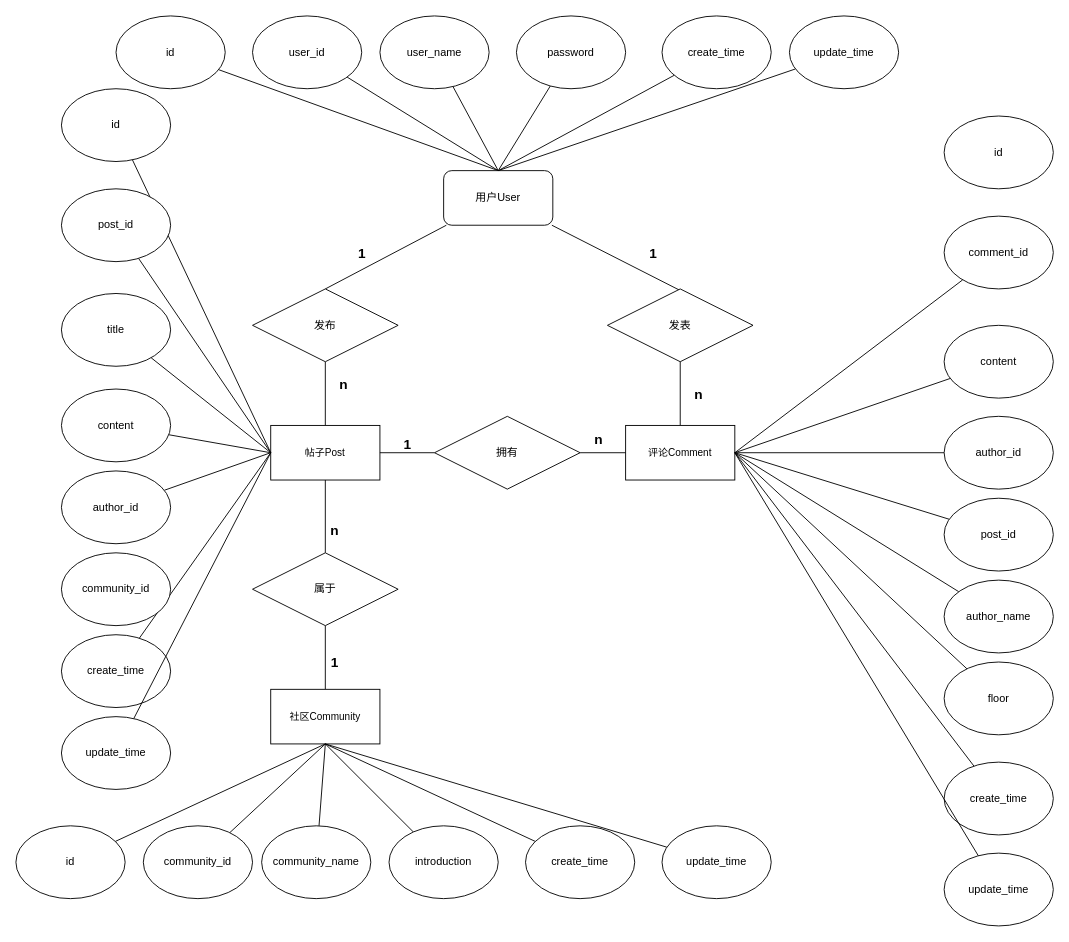
Before: 论坛E-R图.drawio in ziluo-qiuping/SE2022, a draw.io diagram. Source tidied: cells renumbered, new cells numbered last; positions are measured from the earlier drawing's top-left corner, leaving out a move shared by most shapes. Both pictures are drawn from the tidied source at 91%, with x=0, y=0 at pixel (15, 15).
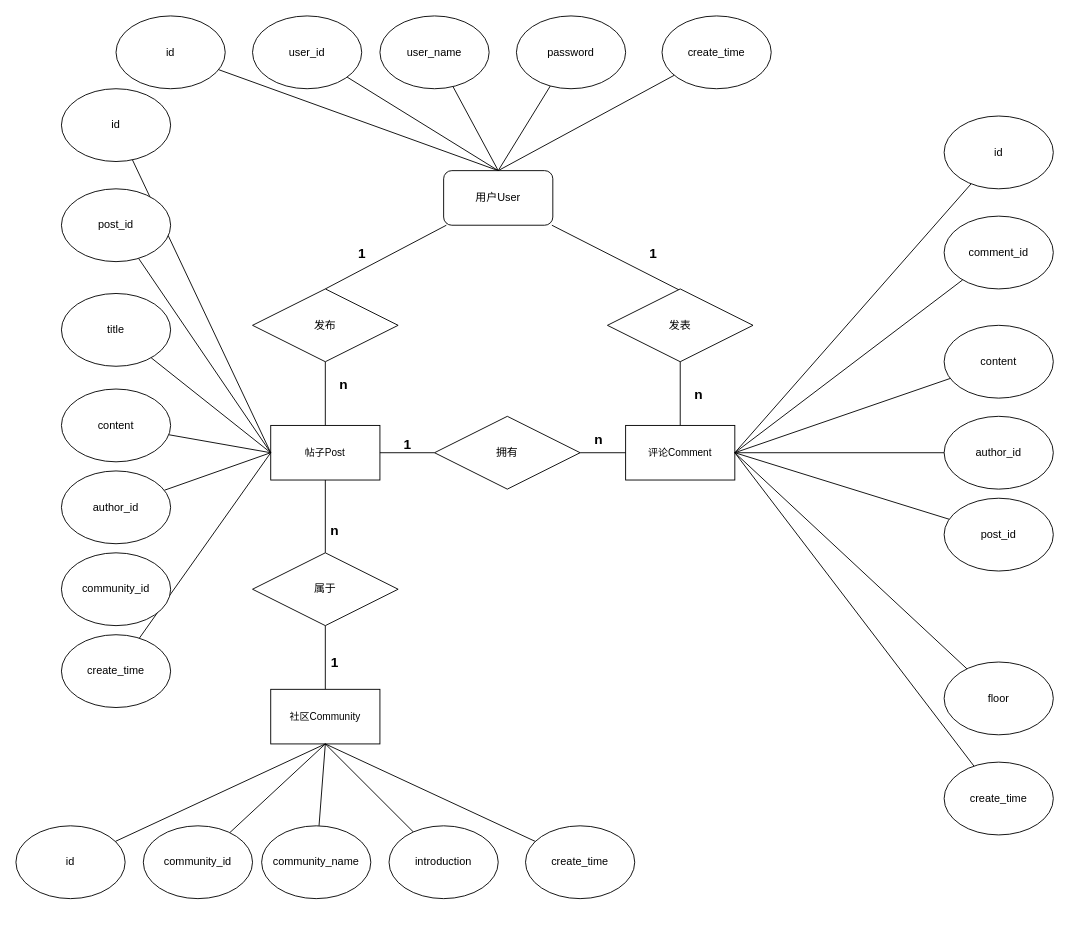
After the change.

Commit message:
更新论坛E-R图.drawio

The change refers to these unchanged cells:
```xml
<mxCell id="10" value="用户User" style="rounded=1;whiteSpace=wrap;html=1;" parent="1" vertex="1">
  <mxGeometry x="470" y="170" width="120" height="60" as="geometry" />
</mxCell>
<mxCell id="19" value="帖子Post" style="rounded=0;whiteSpace=wrap;html=1;fontFamily=Helvetica;fontSize=11;fontColor=default;" parent="1" vertex="1">
  <mxGeometry x="280" y="450" width="120" height="60" as="geometry" />
</mxCell>
<mxCell id="24" value="评论Comment" style="rounded=0;whiteSpace=wrap;html=1;fontFamily=Helvetica;fontSize=11;fontColor=default;" parent="1" vertex="1">
  <mxGeometry x="670" y="450" width="120" height="60" as="geometry" />
</mxCell>
<mxCell id="36" value="社区Community" style="rounded=0;whiteSpace=wrap;html=1;fontFamily=Helvetica;fontSize=11;fontColor=default;" parent="1" vertex="1">
  <mxGeometry x="280" y="740" width="120" height="60" as="geometry" />
</mxCell>
<mxCell id="65" value="id" style="ellipse;whiteSpace=wrap;html=1;" parent="1" vertex="1">
  <mxGeometry x="1020" y="110" width="120" height="80" as="geometry" />
</mxCell>
```

The edit, as a diff of the source:
```diff
@@
-    <mxCell id="15" style="edgeStyle=none;shape=connector;rounded=0;jettySize=auto;html=1;labelBackgroundColor=default;strokeColor=default;fontFamily=Helvetica;fontSize=11;fontColor=default;endArrow=none;endFill=0;entryX=0.5;entryY=0;entryDx=0;entryDy=0;" parent="1" edge="1" source="16" target="10">
-      <mxGeometry relative="1" as="geometry" />
-    </mxCell>
-    <mxCell id="16" value="update_time" style="ellipse;whiteSpace=wrap;html=1;" parent="1" vertex="1">
-      <mxGeometry x="850" width="120" height="80" as="geometry" />
-    </mxCell>
@@
-    <mxCell id="48" style="edgeStyle=none;rounded=0;jettySize=auto;html=1;entryX=0;entryY=0.5;entryDx=0;entryDy=0;endArrow=none;endFill=0;" parent="1" edge="1" source="49" target="19">
-      <mxGeometry relative="1" as="geometry" />
-    </mxCell>
-    <mxCell id="49" value="update_time" style="ellipse;whiteSpace=wrap;html=1;" parent="1" vertex="1">
-      <mxGeometry x="50" y="770" width="120" height="80" as="geometry" />
-    </mxCell>
-    <mxCell id="50" style="edgeStyle=none;rounded=0;jettySize=auto;html=1;entryX=0.5;entryY=1;entryDx=0;entryDy=0;endArrow=none;endFill=0;" parent="1" edge="1" source="51" target="36">
-      <mxGeometry relative="1" as="geometry" />
-    </mxCell>
-    <mxCell id="51" value="update_time" style="ellipse;whiteSpace=wrap;html=1;" parent="1" vertex="1">
-      <mxGeometry x="710" y="890" width="120" height="80" as="geometry" />
-    </mxCell>
@@
+    <mxCell id="82" style="rounded=0;jettySize=auto;html=1;entryX=1;entryY=0.5;entryDx=0;entryDy=0;endArrow=none;endFill=0;" parent="1" edge="1" source="65" target="24">
+      <mxGeometry relative="1" as="geometry" />
+    </mxCell>
@@
-    <mxCell id="78" style="edgeStyle=none;rounded=0;jettySize=auto;html=1;entryX=1;entryY=0.5;entryDx=0;entryDy=0;endArrow=none;endFill=0;" parent="1" edge="1" source="79" target="24">
-      <mxGeometry relative="1" as="geometry" />
-    </mxCell>
-    <mxCell id="79" value="update_time" style="ellipse;whiteSpace=wrap;html=1;" parent="1" vertex="1">
-      <mxGeometry x="1020" y="920" width="120" height="80" as="geometry" />
-    </mxCell>
-    <mxCell id="80" style="edgeStyle=none;rounded=0;jettySize=auto;html=1;entryX=1;entryY=0.5;entryDx=0;entryDy=0;endArrow=none;endFill=0;" parent="1" edge="1" source="81" target="24">
-      <mxGeometry relative="1" as="geometry" />
-    </mxCell>
-    <mxCell id="81" value="author_name" style="ellipse;whiteSpace=wrap;html=1;" parent="1" vertex="1">
-      <mxGeometry x="1020" y="620" width="120" height="80" as="geometry" />
-    </mxCell>
```
